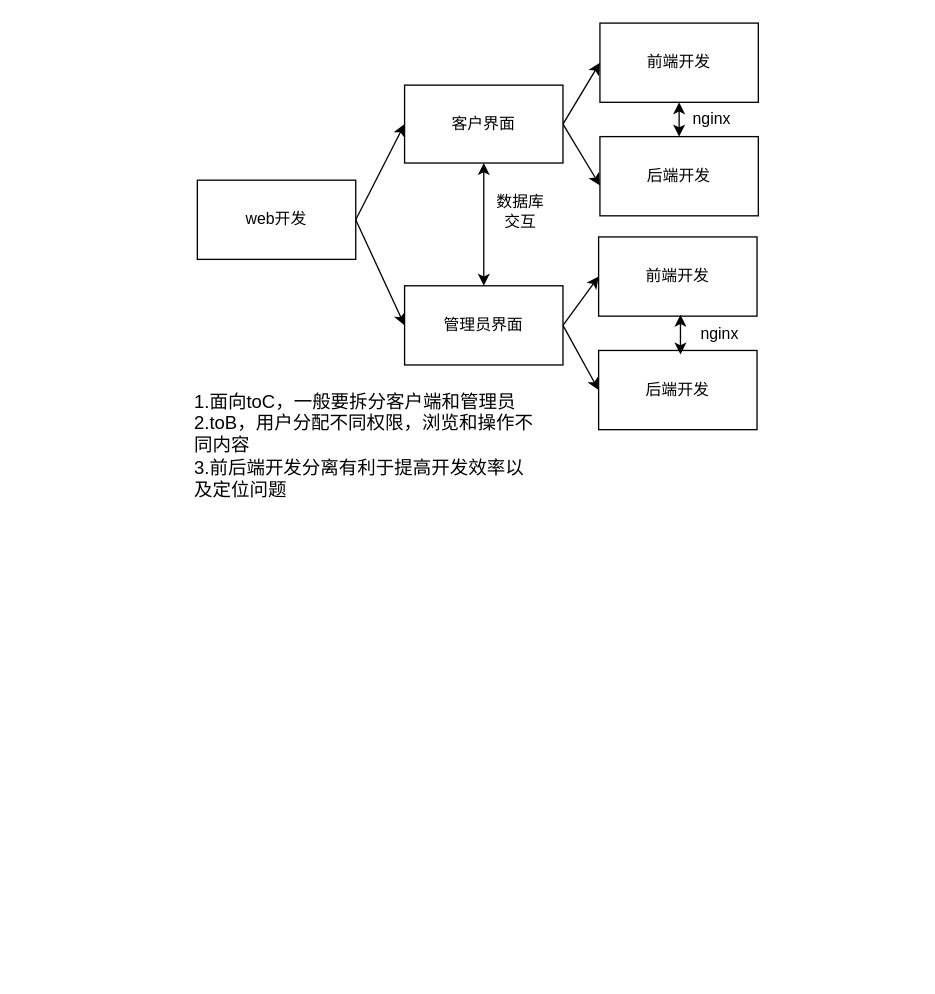
whitepaper2/algoDiary keeps this draw.io diagram as daily-question/20220424_webPrd.drawio. Above is the earlier version. Source tidied: cells renumbered, new cells numbered last; positions are measured from the earlier drawing's top-left corner, leaving out a move shared by most shapes. Both pictures are drawn from the tidied source at 132%, with x=0, y=0 at pixel (193, 22).
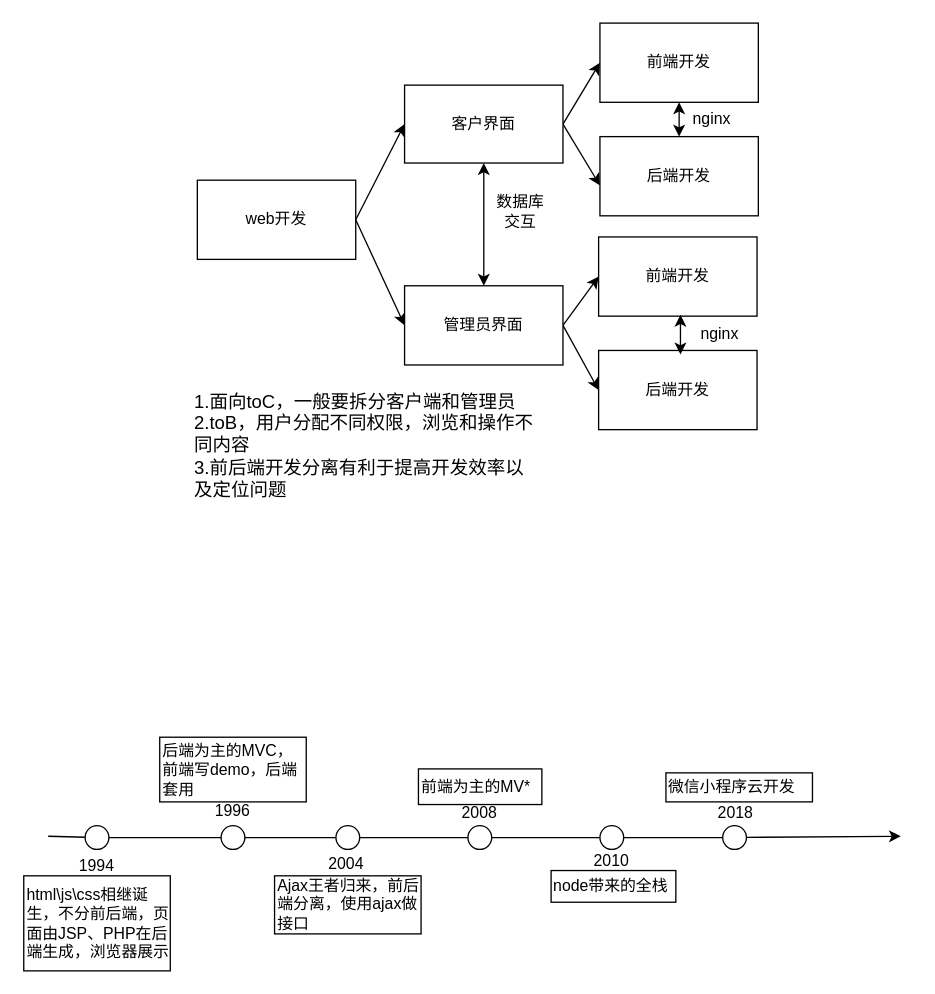
The same page after the edit.

Diff of the diagram source:
```diff
@@
+    <mxCell id="22" style="endArrow=classic;html=1;startArrow=none;" parent="1" edge="1">
+      <mxGeometry relative="1" as="geometry">
+        <mxPoint x="418" y="616.9" as="sourcePoint" />
+        <mxPoint x="536" y="616" as="targetPoint" />
+      </mxGeometry>
+    </mxCell>
+    <mxCell id="23" value="html\js\css相继诞生，不分前后端，页面由JSP、PHP在后端生成，浏览器展示" style="text;html=1;strokeColor=default;fillColor=none;align=left;verticalAlign=middle;whiteSpace=wrap;rounded=0;" parent="1" vertex="1">
+      <mxGeometry x="-128.5" y="646" width="111" height="72" as="geometry" />
+    </mxCell>
+    <mxCell id="24" value="1994" style="text;html=1;strokeColor=none;fillColor=none;align=center;verticalAlign=middle;whiteSpace=wrap;rounded=0;" parent="1" vertex="1">
+      <mxGeometry x="-103" y="624" width="60" height="30" as="geometry" />
+    </mxCell>
+    <mxCell id="25" value="1996" style="text;html=1;strokeColor=none;fillColor=none;align=center;verticalAlign=middle;whiteSpace=wrap;rounded=0;" parent="1" vertex="1">
+      <mxGeometry y="582" width="60" height="30" as="geometry" />
+    </mxCell>
+    <mxCell id="26" style="ellipse;whiteSpace=wrap;html=1;" parent="1" vertex="1">
+      <mxGeometry x="21" y="608" width="18" height="18" as="geometry" />
+    </mxCell>
+    <mxCell id="27" style="endArrow=none;html=1;startArrow=none;" parent="1" edge="1" source="28" target="26">
+      <mxGeometry relative="1" as="geometry" />
+    </mxCell>
+    <mxCell id="28" style="ellipse;whiteSpace=wrap;html=1;" parent="1" vertex="1">
+      <mxGeometry x="-82" y="608" width="18" height="18" as="geometry" />
+    </mxCell>
+    <mxCell id="29" style="endArrow=none;html=1;" parent="1" edge="1" target="28">
+      <mxGeometry relative="1" as="geometry">
+        <mxPoint x="-110" y="616" as="sourcePoint" />
+      </mxGeometry>
+    </mxCell>
+    <mxCell id="30" style="ellipse;whiteSpace=wrap;html=1;" parent="1" vertex="1">
+      <mxGeometry x="108" y="608" width="18" height="18" as="geometry" />
+    </mxCell>
+    <mxCell id="31" style="endArrow=none;html=1;startArrow=none;" parent="1" edge="1" source="26" target="30">
+      <mxGeometry relative="1" as="geometry" />
+    </mxCell>
+    <mxCell id="32" value="后端为主的MVC，前端写demo，后端套用" style="text;html=1;strokeColor=default;fillColor=none;align=left;verticalAlign=middle;whiteSpace=wrap;rounded=0;" parent="1" vertex="1">
+      <mxGeometry x="-25.5" y="541" width="111" height="49" as="geometry" />
+    </mxCell>
+    <mxCell id="33" value="2004" style="text;html=1;strokeColor=none;fillColor=none;align=center;verticalAlign=middle;whiteSpace=wrap;rounded=0;" parent="1" vertex="1">
+      <mxGeometry x="85.5" y="622" width="60" height="30" as="geometry" />
+    </mxCell>
+    <mxCell id="34" value="Ajax王者归来，前后端分离，使用ajax做接口" style="text;html=1;strokeColor=default;fillColor=none;align=left;verticalAlign=middle;whiteSpace=wrap;rounded=0;" parent="1" vertex="1">
+      <mxGeometry x="61.5" y="646" width="111" height="44" as="geometry" />
+    </mxCell>
+    <mxCell id="35" style="ellipse;whiteSpace=wrap;html=1;" parent="1" vertex="1">
+      <mxGeometry x="208" y="608" width="18" height="18" as="geometry" />
+    </mxCell>
+    <mxCell id="36" style="endArrow=none;html=1;startArrow=none;" parent="1" edge="1" source="30" target="35">
+      <mxGeometry relative="1" as="geometry" />
+    </mxCell>
+    <mxCell id="37" value="前端为主的MV*" style="text;html=1;strokeColor=default;fillColor=none;align=left;verticalAlign=middle;whiteSpace=wrap;rounded=0;" parent="1" vertex="1">
+      <mxGeometry x="170.5" y="565" width="93.5" height="27" as="geometry" />
+    </mxCell>
+    <mxCell id="38" style="ellipse;whiteSpace=wrap;html=1;" parent="1" vertex="1">
+      <mxGeometry x="308" y="608" width="18" height="18" as="geometry" />
+    </mxCell>
+    <mxCell id="39" style="endArrow=none;html=1;startArrow=none;" parent="1" edge="1" source="35" target="38">
+      <mxGeometry relative="1" as="geometry" />
+    </mxCell>
+    <mxCell id="40" value="node带来的全栈" style="text;html=1;strokeColor=default;fillColor=none;align=left;verticalAlign=middle;whiteSpace=wrap;rounded=0;" parent="1" vertex="1">
+      <mxGeometry x="271" y="642" width="94.5" height="24" as="geometry" />
+    </mxCell>
+    <mxCell id="41" value="2008" style="text;html=1;strokeColor=none;fillColor=none;align=center;verticalAlign=middle;whiteSpace=wrap;rounded=0;" parent="1" vertex="1">
+      <mxGeometry x="187" y="584" width="60" height="30" as="geometry" />
+    </mxCell>
+    <mxCell id="42" value="2010" style="text;html=1;strokeColor=none;fillColor=none;align=center;verticalAlign=middle;whiteSpace=wrap;rounded=0;" parent="1" vertex="1">
+      <mxGeometry x="287" y="620" width="60" height="30" as="geometry" />
+    </mxCell>
+    <mxCell id="43" style="ellipse;whiteSpace=wrap;html=1;" parent="1" vertex="1">
+      <mxGeometry x="401" y="608" width="18" height="18" as="geometry" />
+    </mxCell>
+    <mxCell id="44" style="endArrow=none;html=1;startArrow=none;" parent="1" edge="1" source="38" target="43">
+      <mxGeometry relative="1" as="geometry" />
+    </mxCell>
+    <mxCell id="45" value="2018" style="text;html=1;strokeColor=none;fillColor=none;align=center;verticalAlign=middle;whiteSpace=wrap;rounded=0;" parent="1" vertex="1">
+      <mxGeometry x="381" y="584" width="60" height="30" as="geometry" />
+    </mxCell>
+    <mxCell id="46" value="微信小程序云开发" style="text;html=1;strokeColor=default;fillColor=none;align=left;verticalAlign=middle;whiteSpace=wrap;rounded=0;" parent="1" vertex="1">
+      <mxGeometry x="358" y="568" width="111" height="22" as="geometry" />
+    </mxCell>
```
